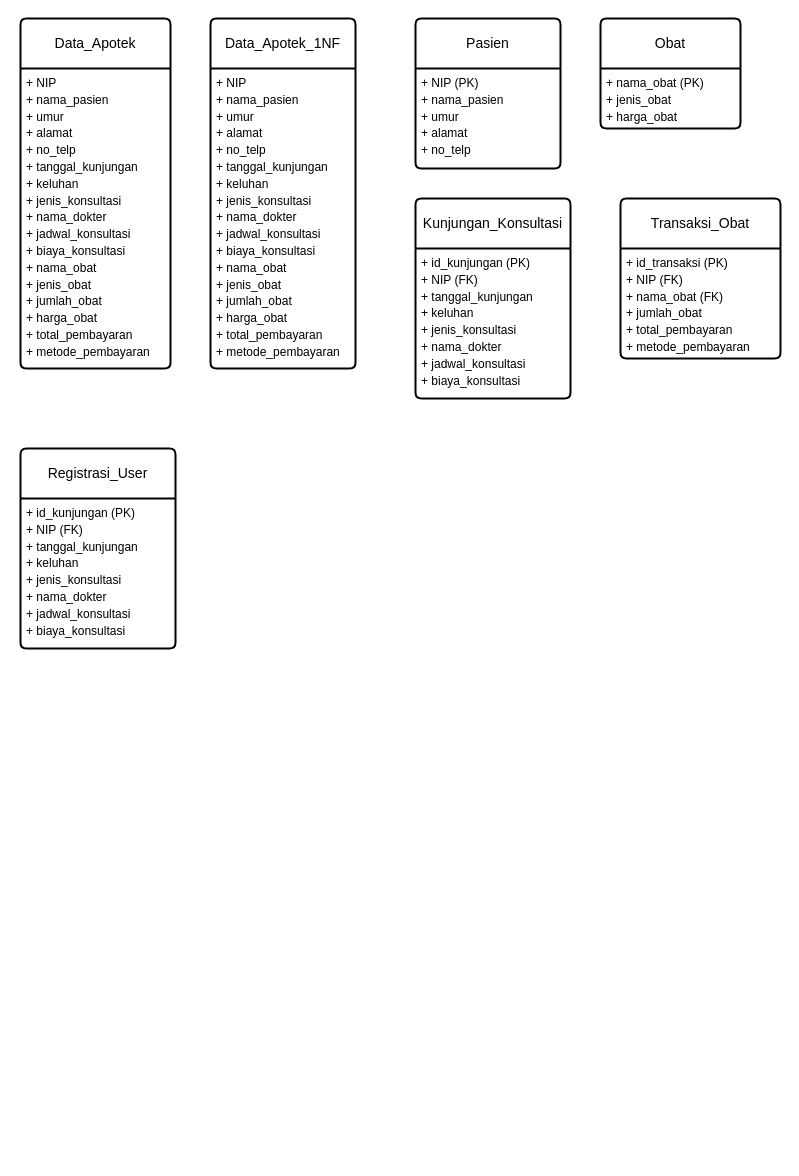
Before: adpl.drawio in RilSteel/graph, a draw.io diagram. Source tidied: cells renumbered, new cells numbered last; positions are measured from the earlier drawing's top-left corner, leaving out a move shared by most shapes. Both pictures are drawn from the tidied source at 100%, with x=0, y=0 at pixel (20, 18).
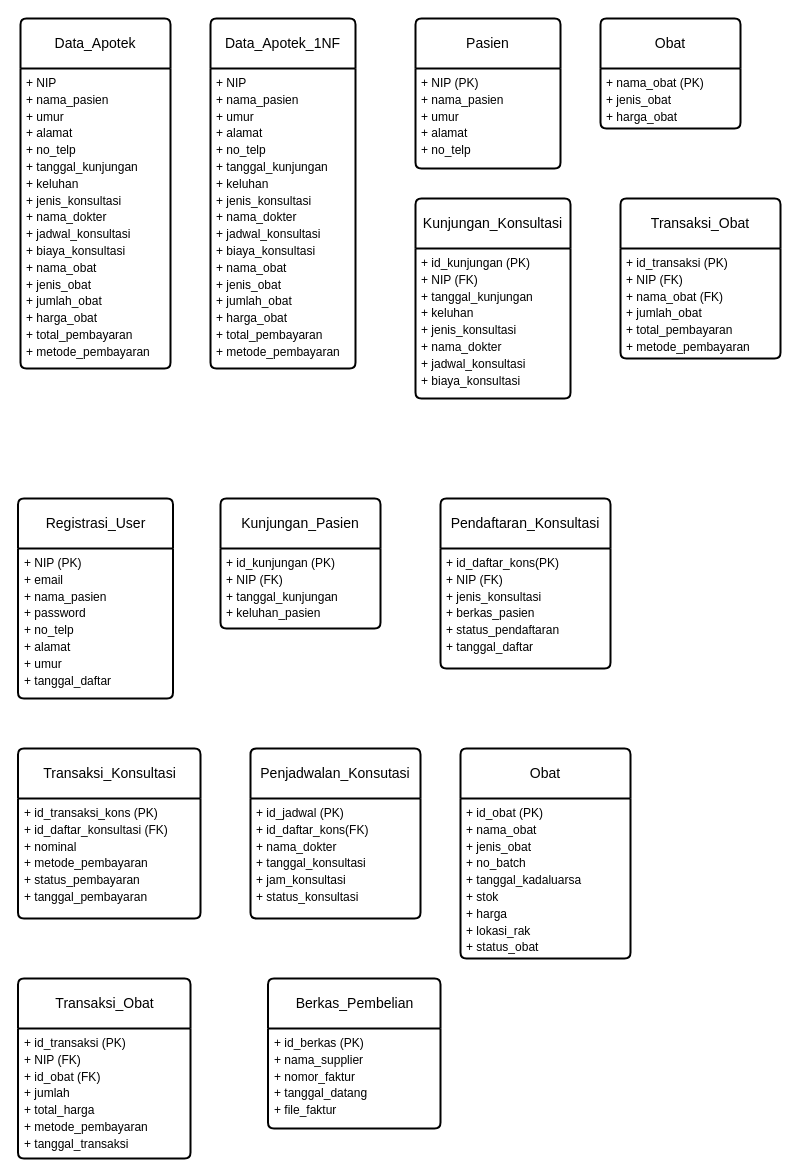
After the change.

Diff of the diagram source:
```diff
@@
     <mxCell id="14" value="Registrasi_User" style="swimlane;horizontal=1;startSize=50;rounded=1;fontSize=14;fontStyle=0;strokeWidth=2;shadow=0;dashed=0;align=center;arcSize=4;whiteSpace=wrap;html=1;" parent="1" vertex="1">
-      <mxGeometry y="430" width="155" height="200" as="geometry" />
+      <mxGeometry x="-2.5" y="480" width="155" height="200" as="geometry" />
     </mxCell>
-    <mxCell id="15" value="&lt;div style=&quot;line-height: 140%;&quot;&gt;+ id_kunjungan (PK)&lt;/div&gt;&lt;div style=&quot;line-height: 140%;&quot;&gt;+ NIP (FK)&lt;/div&gt;&lt;div style=&quot;line-height: 140%;&quot;&gt;+ tanggal_kunjungan&lt;/div&gt;&lt;div style=&quot;line-height: 140%;&quot;&gt;+ keluhan&lt;/div&gt;&lt;div style=&quot;line-height: 140%;&quot;&gt;+ jenis_konsultasi&lt;/div&gt;&lt;div style=&quot;line-height: 140%;&quot;&gt;+ nama_dokter&lt;/div&gt;&lt;div style=&quot;line-height: 140%;&quot;&gt;+ jadwal_konsultasi&lt;/div&gt;&lt;div style=&quot;line-height: 140%;&quot;&gt;+ biaya_konsultasi&lt;/div&gt;" style="align=left;strokeColor=none;fillColor=none;spacingLeft=4;spacingRight=4;fontSize=12;verticalAlign=top;html=1;whiteSpace=wrap;" parent="14" vertex="1">
+    <mxCell id="15" value="&lt;div style=&quot;line-height: 140%;&quot;&gt;+ NIP (PK)&lt;/div&gt;&lt;div style=&quot;line-height: 140%;&quot;&gt;+ email&lt;/div&gt;&lt;div style=&quot;line-height: 140%;&quot;&gt;+ nama_pasien&lt;/div&gt;&lt;div style=&quot;line-height: 140%;&quot;&gt;+ password&lt;/div&gt;&lt;div style=&quot;line-height: 140%;&quot;&gt;+ no_telp&lt;/div&gt;&lt;div style=&quot;line-height: 140%;&quot;&gt;+ alamat&lt;/div&gt;&lt;div style=&quot;line-height: 140%;&quot;&gt;+ umur&lt;/div&gt;&lt;div style=&quot;line-height: 140%;&quot;&gt;+ tanggal_daftar&lt;/div&gt;" style="align=left;strokeColor=none;fillColor=none;spacingLeft=4;spacingRight=4;fontSize=12;verticalAlign=top;html=1;whiteSpace=wrap;" parent="14" vertex="1">
       <mxGeometry y="50" width="155" height="150" as="geometry" />
     </mxCell>
+    <mxCell id="16" value="Kunjungan_Pasien" style="swimlane;horizontal=1;startSize=50;rounded=1;fontSize=14;fontStyle=0;strokeWidth=2;shadow=0;dashed=0;align=center;arcSize=4;whiteSpace=wrap;html=1;" parent="1" vertex="1">
+      <mxGeometry x="200" y="480" width="160" height="130" as="geometry" />
+    </mxCell>
+    <mxCell id="17" value="&lt;div style=&quot;line-height: 140%;&quot;&gt;+ id_kunjungan (PK)&lt;/div&gt;&lt;div style=&quot;line-height: 140%;&quot;&gt;+ NIP (FK)&lt;/div&gt;&lt;div style=&quot;line-height: 140%;&quot;&gt;+ tanggal_kunjungan&lt;/div&gt;&lt;div style=&quot;line-height: 140%;&quot;&gt;+ keluhan_pasien&lt;/div&gt;" style="align=left;strokeColor=none;fillColor=none;spacingLeft=4;spacingRight=4;fontSize=12;verticalAlign=top;html=1;whiteSpace=wrap;" parent="16" vertex="1">
+      <mxGeometry y="50" width="160" height="80" as="geometry" />
+    </mxCell>
+    <mxCell id="18" value="Pendaftaran_Konsultasi" style="swimlane;horizontal=1;startSize=50;rounded=1;fontSize=14;fontStyle=0;strokeWidth=2;shadow=0;dashed=0;align=center;arcSize=4;whiteSpace=wrap;html=1;" parent="1" vertex="1">
+      <mxGeometry x="420" y="480" width="170" height="170" as="geometry" />
+    </mxCell>
+    <mxCell id="19" value="&lt;div style=&quot;line-height: 140%;&quot;&gt;+ id_daftar_kons(PK)&lt;/div&gt;&lt;div style=&quot;line-height: 140%;&quot;&gt;+ NIP (FK)&lt;/div&gt;&lt;div style=&quot;line-height: 140%;&quot;&gt;+ jenis_konsultasi&lt;/div&gt;&lt;div style=&quot;line-height: 140%;&quot;&gt;+ berkas_pasien&lt;/div&gt;&lt;div style=&quot;line-height: 140%;&quot;&gt;+ status_pendaftaran&lt;/div&gt;&lt;div style=&quot;line-height: 140%;&quot;&gt;+ tanggal_daftar&lt;/div&gt;" style="align=left;strokeColor=none;fillColor=none;spacingLeft=4;spacingRight=4;fontSize=12;verticalAlign=top;html=1;whiteSpace=wrap;" parent="18" vertex="1">
+      <mxGeometry y="50" width="170" height="120" as="geometry" />
+    </mxCell>
+    <mxCell id="20" value="Transaksi_Konsultasi" style="swimlane;horizontal=1;startSize=50;rounded=1;fontSize=14;fontStyle=0;strokeWidth=2;shadow=0;dashed=0;align=center;arcSize=4;whiteSpace=wrap;html=1;" parent="1" vertex="1">
+      <mxGeometry x="-2.5" y="730" width="182.5" height="170" as="geometry" />
+    </mxCell>
+    <mxCell id="21" value="&lt;div style=&quot;line-height: 140%;&quot;&gt;+ id_transaksi_kons (PK)&lt;/div&gt;&lt;div style=&quot;line-height: 140%;&quot;&gt;+ id_daftar_konsultasi (FK)&lt;/div&gt;&lt;div style=&quot;line-height: 140%;&quot;&gt;+ nominal&lt;/div&gt;&lt;div style=&quot;line-height: 140%;&quot;&gt;+ metode_pembayaran&lt;/div&gt;&lt;div style=&quot;line-height: 140%;&quot;&gt;+ status_pembayaran&lt;/div&gt;&lt;div style=&quot;line-height: 140%;&quot;&gt;+ tanggal_pembayaran&lt;/div&gt;" style="align=left;strokeColor=none;fillColor=none;spacingLeft=4;spacingRight=4;fontSize=12;verticalAlign=top;html=1;whiteSpace=wrap;" parent="20" vertex="1">
+      <mxGeometry y="50" width="182.5" height="120" as="geometry" />
+    </mxCell>
+    <mxCell id="22" value="Penjadwalan_Konsutasi" style="swimlane;horizontal=1;startSize=50;rounded=1;fontSize=14;fontStyle=0;strokeWidth=2;shadow=0;dashed=0;align=center;arcSize=4;whiteSpace=wrap;html=1;" parent="1" vertex="1">
+      <mxGeometry x="230" y="730" width="170" height="170" as="geometry" />
+    </mxCell>
+    <mxCell id="23" value="&lt;div style=&quot;line-height: 140%;&quot;&gt;+ id_jadwal (PK)&lt;/div&gt;&lt;div style=&quot;line-height: 140%;&quot;&gt;+ id_daftar_kons(FK)&lt;/div&gt;&lt;div style=&quot;line-height: 140%;&quot;&gt;+ nama_dokter&lt;/div&gt;&lt;div style=&quot;line-height: 140%;&quot;&gt;+ tanggal_konsultasi&lt;/div&gt;&lt;div style=&quot;line-height: 140%;&quot;&gt;+ jam_konsultasi&lt;/div&gt;&lt;div style=&quot;line-height: 140%;&quot;&gt;+ status_konsultasi&lt;/div&gt;" style="align=left;strokeColor=none;fillColor=none;spacingLeft=4;spacingRight=4;fontSize=12;verticalAlign=top;html=1;whiteSpace=wrap;" parent="22" vertex="1">
+      <mxGeometry y="50" width="170" height="120" as="geometry" />
+    </mxCell>
+    <mxCell id="24" value="Obat" style="swimlane;horizontal=1;startSize=50;rounded=1;fontSize=14;fontStyle=0;strokeWidth=2;shadow=0;dashed=0;align=center;arcSize=4;whiteSpace=wrap;html=1;" parent="1" vertex="1">
+      <mxGeometry x="440" y="730" width="170" height="210" as="geometry" />
+    </mxCell>
+    <mxCell id="25" value="&lt;div style=&quot;line-height: 140%;&quot;&gt;+ id_obat (PK)&lt;/div&gt;&lt;div style=&quot;line-height: 140%;&quot;&gt;+ nama_obat&lt;/div&gt;&lt;div style=&quot;line-height: 140%;&quot;&gt;+ jenis_obat&lt;/div&gt;&lt;div style=&quot;line-height: 140%;&quot;&gt;+ no_batch&lt;/div&gt;&lt;div style=&quot;line-height: 140%;&quot;&gt;+ tanggal_kadaluarsa&lt;/div&gt;&lt;div style=&quot;line-height: 140%;&quot;&gt;+ stok&lt;/div&gt;&lt;div style=&quot;line-height: 140%;&quot;&gt;+ harga&lt;/div&gt;&lt;div style=&quot;line-height: 140%;&quot;&gt;+ lokasi_rak&lt;/div&gt;&lt;div style=&quot;line-height: 140%;&quot;&gt;+ status_obat&lt;/div&gt;" style="align=left;strokeColor=none;fillColor=none;spacingLeft=4;spacingRight=4;fontSize=12;verticalAlign=top;html=1;whiteSpace=wrap;" parent="24" vertex="1">
+      <mxGeometry y="50" width="170" height="160" as="geometry" />
+    </mxCell>
+    <mxCell id="26" value="Transaksi_Obat" style="swimlane;horizontal=1;startSize=50;rounded=1;fontSize=14;fontStyle=0;strokeWidth=2;shadow=0;dashed=0;align=center;arcSize=4;whiteSpace=wrap;html=1;" parent="1" vertex="1">
+      <mxGeometry x="-2.5" y="960" width="172.5" height="180" as="geometry" />
+    </mxCell>
+    <mxCell id="27" value="&lt;div style=&quot;line-height: 140%;&quot;&gt;+ id_transaksi (PK)&lt;/div&gt;&lt;div style=&quot;line-height: 140%;&quot;&gt;+ NIP (FK)&lt;/div&gt;&lt;div style=&quot;line-height: 140%;&quot;&gt;+ id_obat (FK)&lt;/div&gt;&lt;div style=&quot;line-height: 140%;&quot;&gt;+ jumlah&lt;/div&gt;&lt;div style=&quot;line-height: 140%;&quot;&gt;+ total_harga&lt;/div&gt;&lt;div style=&quot;line-height: 140%;&quot;&gt;+ metode_pembayaran&lt;/div&gt;&lt;div style=&quot;line-height: 140%;&quot;&gt;+ tanggal_transaksi&lt;/div&gt;" style="align=left;strokeColor=none;fillColor=none;spacingLeft=4;spacingRight=4;fontSize=12;verticalAlign=top;html=1;whiteSpace=wrap;" parent="26" vertex="1">
+      <mxGeometry y="50" width="172.5" height="130" as="geometry" />
+    </mxCell>
+    <mxCell id="28" value="Berkas_Pembelian" style="swimlane;horizontal=1;startSize=50;rounded=1;fontSize=14;fontStyle=0;strokeWidth=2;shadow=0;dashed=0;align=center;arcSize=4;whiteSpace=wrap;html=1;" parent="1" vertex="1">
+      <mxGeometry x="247.5" y="960" width="172.5" height="150" as="geometry" />
+    </mxCell>
+    <mxCell id="29" value="&lt;div style=&quot;line-height: 140%;&quot;&gt;+ id_berkas (PK)&lt;/div&gt;&lt;div style=&quot;line-height: 140%;&quot;&gt;+ nama_supplier&lt;/div&gt;&lt;div style=&quot;line-height: 140%;&quot;&gt;+ nomor_faktur&lt;/div&gt;&lt;div style=&quot;line-height: 140%;&quot;&gt;+ tanggal_datang&lt;/div&gt;&lt;div style=&quot;line-height: 140%;&quot;&gt;+ file_faktur&lt;/div&gt;" style="align=left;strokeColor=none;fillColor=none;spacingLeft=4;spacingRight=4;fontSize=12;verticalAlign=top;html=1;whiteSpace=wrap;" parent="28" vertex="1">
+      <mxGeometry y="50" width="172.5" height="100" as="geometry" />
+    </mxCell>
```
